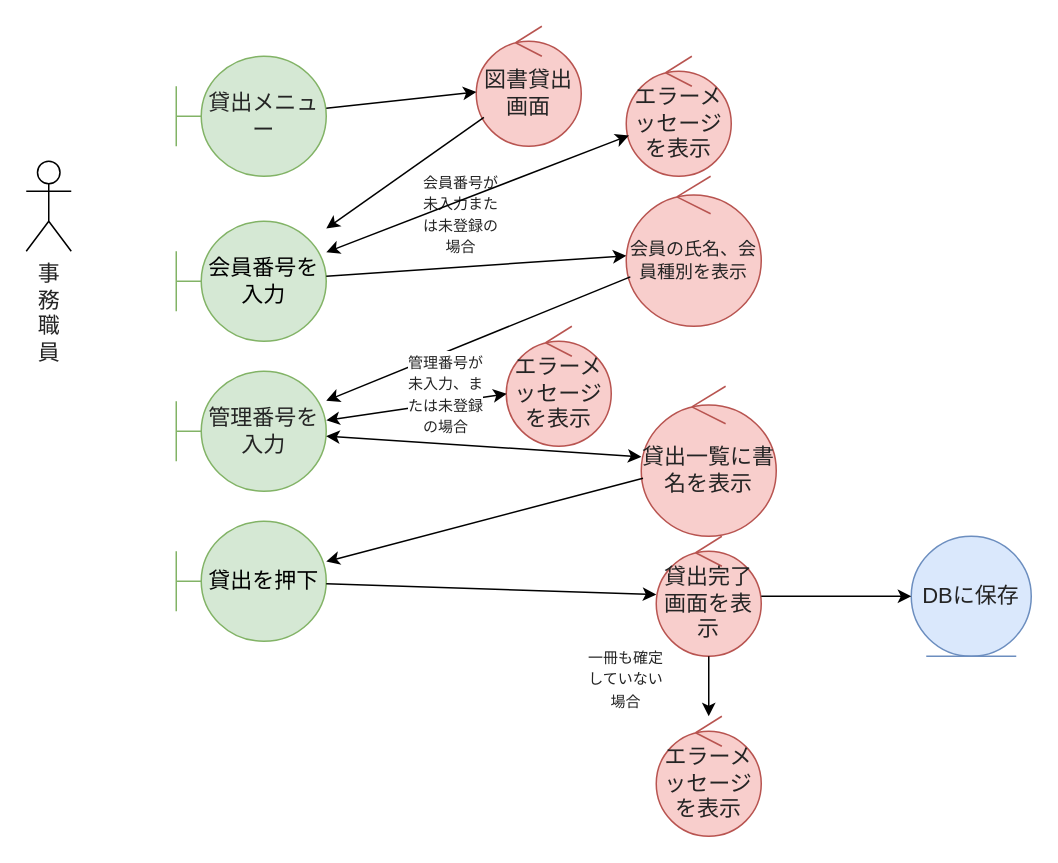
The draw.io diagram roba_02.drawio in mameiku/group3-4-No.2, before the edit. Source tidied: cells renumbered, new cells numbered last; positions are measured from the earlier drawing's top-left corner, leaving out a move shared by most shapes. Both pictures are drawn from the tidied source at 150%, with x=0, y=0 at pixel (26, 26).
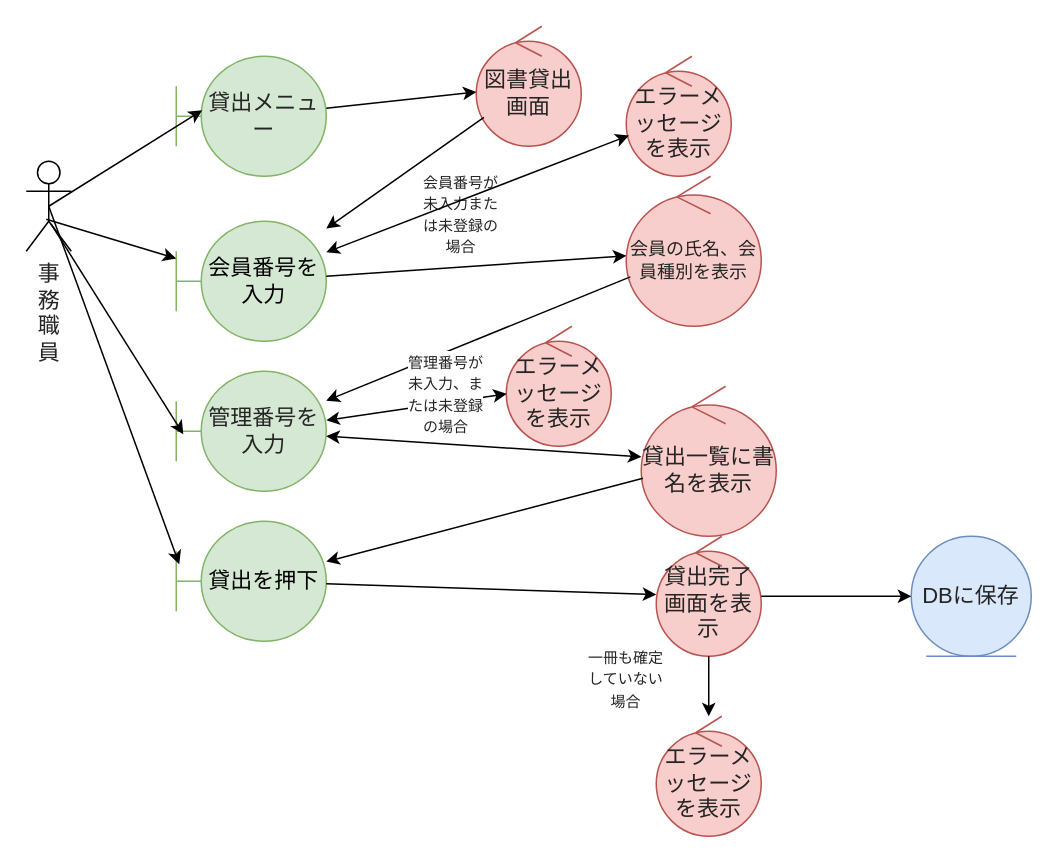
Above is the later version.

Unchanged cells that the change refers to:
```xml
<mxCell id="2" value="&lt;span style=&quot;color: rgb(36, 36, 36); font-family: &amp;quot;Yu Gothic&amp;quot;, &amp;quot;Meiryo UI&amp;quot;, &amp;quot;MS UI Gothic&amp;quot;, &amp;quot;MS PGothic&amp;quot;, &amp;quot;ＭＳ Ｐゴシック&amp;quot;, &amp;quot;MS Gothic&amp;quot;, &amp;quot;ＭＳ ゴシック&amp;quot;, Calibri, &amp;quot;sans-serif&amp;quot;, &amp;quot;Mongolian Baiti&amp;quot;, &amp;quot;Microsoft Yi Baiti&amp;quot;, &amp;quot;Javanese Text&amp;quot;; font-size: 14.6667px; text-align: left; white-space: pre-wrap; background-color: rgb(255, 255, 255);&quot;&gt;事務職員&lt;/span&gt;" style="shape=umlActor;verticalLabelPosition=bottom;verticalAlign=top;html=1;" parent="1" vertex="1">
  <mxGeometry y="90" width="30" height="60" as="geometry" />
</mxCell>
<mxCell id="3" value="&lt;span style=&quot;color: rgb(36, 36, 36); font-family: &amp;quot;Yu Gothic&amp;quot;, &amp;quot;Meiryo UI&amp;quot;, &amp;quot;MS UI Gothic&amp;quot;, &amp;quot;MS PGothic&amp;quot;, &amp;quot;ＭＳ Ｐゴシック&amp;quot;, &amp;quot;MS Gothic&amp;quot;, &amp;quot;ＭＳ ゴシック&amp;quot;, Calibri, &amp;quot;sans-serif&amp;quot;, &amp;quot;Mongolian Baiti&amp;quot;, &amp;quot;Microsoft Yi Baiti&amp;quot;, &amp;quot;Javanese Text&amp;quot;; font-size: 14.6667px; text-align: left; white-space-collapse: preserve;&quot;&gt;貸出メニュー&lt;/span&gt;" style="shape=umlBoundary;whiteSpace=wrap;html=1;fillColor=#d5e8d4;strokeColor=#82b366;" parent="1" vertex="1">
  <mxGeometry x="100" y="20" width="100" height="80" as="geometry" />
</mxCell>
<mxCell id="4" value="&lt;span style=&quot;font-family: &amp;quot;Yu Gothic&amp;quot;, &amp;quot;Meiryo UI&amp;quot;, &amp;quot;MS UI Gothic&amp;quot;, &amp;quot;MS PGothic&amp;quot;, &amp;quot;ＭＳ Ｐゴシック&amp;quot;, &amp;quot;MS Gothic&amp;quot;, &amp;quot;ＭＳ ゴシック&amp;quot;, Calibri, &amp;quot;sans-serif&amp;quot;, &amp;quot;Mongolian Baiti&amp;quot;, &amp;quot;Microsoft Yi Baiti&amp;quot;, &amp;quot;Javanese Text&amp;quot;; font-size: 14.6667px; text-align: left; white-space-collapse: preserve;&quot;&gt;会員番号を入力&lt;/span&gt;" style="shape=umlBoundary;whiteSpace=wrap;html=1;fillColor=#d5e8d4;strokeColor=#82b366;fontColor=default;labelBackgroundColor=none;" parent="1" vertex="1">
  <mxGeometry x="100" y="130" width="100" height="80" as="geometry" />
</mxCell>
<mxCell id="7" value="&lt;span style=&quot;color: rgb(36, 36, 36); font-family: &amp;quot;Yu Gothic&amp;quot;, &amp;quot;Meiryo UI&amp;quot;, &amp;quot;MS UI Gothic&amp;quot;, &amp;quot;MS PGothic&amp;quot;, &amp;quot;ＭＳ Ｐゴシック&amp;quot;, &amp;quot;MS Gothic&amp;quot;, &amp;quot;ＭＳ ゴシック&amp;quot;, Calibri, &amp;quot;sans-serif&amp;quot;, &amp;quot;Mongolian Baiti&amp;quot;, &amp;quot;Microsoft Yi Baiti&amp;quot;, &amp;quot;Javanese Text&amp;quot;; font-size: 14.6667px; text-align: left; white-space-collapse: preserve;&quot;&gt;管理番号を入力&lt;/span&gt;" style="shape=umlBoundary;whiteSpace=wrap;html=1;fillColor=#d5e8d4;strokeColor=#82b366;labelBackgroundColor=none;" parent="1" vertex="1">
  <mxGeometry x="100" y="230" width="100" height="80" as="geometry" />
</mxCell>
<mxCell id="20" value="&lt;span style=&quot;font-family: &amp;quot;Yu Gothic&amp;quot;, &amp;quot;Meiryo UI&amp;quot;, &amp;quot;MS UI Gothic&amp;quot;, &amp;quot;MS PGothic&amp;quot;, &amp;quot;ＭＳ Ｐゴシック&amp;quot;, &amp;quot;MS Gothic&amp;quot;, &amp;quot;ＭＳ ゴシック&amp;quot;, Calibri, &amp;quot;sans-serif&amp;quot;, &amp;quot;Mongolian Baiti&amp;quot;, &amp;quot;Microsoft Yi Baiti&amp;quot;, &amp;quot;Javanese Text&amp;quot;; font-size: 14.6667px; text-align: left; white-space-collapse: preserve;&quot;&gt;貸出を押下&lt;/span&gt;" style="shape=umlBoundary;whiteSpace=wrap;html=1;fillColor=#d5e8d4;strokeColor=#82b366;fontColor=default;labelBackgroundColor=none;" parent="1" vertex="1">
  <mxGeometry x="100" y="330" width="100" height="80" as="geometry" />
</mxCell>
```

Change to the diagram source:
```diff
@@
+    <mxCell id="29" style="endArrow=classic;html=1;rounded=0;exitX=0.5;exitY=0.5;exitDx=0;exitDy=0;exitPerimeter=0;entryX=0.173;entryY=0.45;entryDx=0;entryDy=0;entryPerimeter=0;" parent="1" edge="1" source="2" target="3">
+      <mxGeometry relative="1" as="geometry" />
+    </mxCell>
+    <mxCell id="30" style="endArrow=classic;html=1;rounded=0;exitX=0.444;exitY=0.644;exitDx=0;exitDy=0;exitPerimeter=0;" parent="1" edge="1" source="2" target="4">
+      <mxGeometry relative="1" as="geometry" />
+    </mxCell>
+    <mxCell id="31" style="endArrow=classic;html=1;rounded=0;exitX=0.556;exitY=0.7;exitDx=0;exitDy=0;exitPerimeter=0;entryX=0.047;entryY=0.525;entryDx=0;entryDy=0;entryPerimeter=0;" parent="1" edge="1" source="2" target="7">
+      <mxGeometry relative="1" as="geometry" />
+    </mxCell>
+    <mxCell id="32" style="endArrow=classic;html=1;rounded=0;exitX=0.5;exitY=0.5;exitDx=0;exitDy=0;exitPerimeter=0;entryX=0.02;entryY=0.358;entryDx=0;entryDy=0;entryPerimeter=0;" parent="1" edge="1" source="2" target="20">
+      <mxGeometry relative="1" as="geometry" />
+    </mxCell>
```
